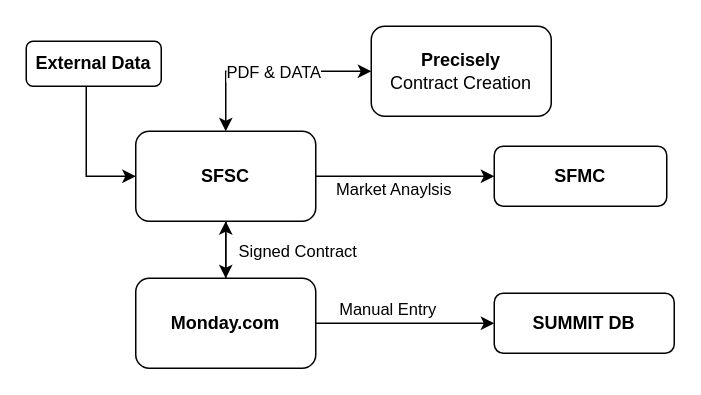
The draw.io diagram page "CF" (4 of 13) of 11.drawio in ai-next-zen/diagrams, before the edit. Source tidied: cells renumbered, new cells numbered last; positions are measured from the earlier drawing's top-left corner, leaving out a move shared by most shapes. Both pictures are drawn from the tidied source at 150%, with x=0, y=0 at pixel (26, 26).
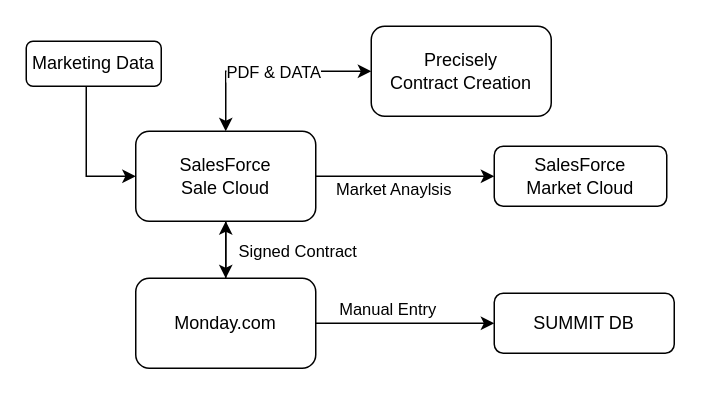
The same page after the edit.

Diff of the diagram source:
```diff
@@
-    <mxCell id="2" value="&lt;b&gt;Precisely&lt;/b&gt;&lt;div&gt;Contract Creation&lt;/div&gt;" style="rounded=1;whiteSpace=wrap;html=1;labelBackgroundColor=none;" parent="1" vertex="1">
+    <mxCell id="2" value="&lt;span&gt;Precisely&lt;/span&gt;&lt;div&gt;Contract Creation&lt;/div&gt;" style="rounded=1;whiteSpace=wrap;html=1;labelBackgroundColor=none;fontStyle=0;" parent="1" vertex="1">
       <mxGeometry x="230" width="120" height="60" as="geometry" />
     </mxCell>
@@
-    <mxCell id="7" value="&lt;b&gt;SFSC&lt;/b&gt;" style="whiteSpace=wrap;html=1;rounded=1;labelBackgroundColor=none;" parent="1" vertex="1">
+    <mxCell id="7" value="&lt;span&gt;SalesForce&lt;/span&gt;&lt;div&gt;&lt;span&gt;Sale Cloud&lt;/span&gt;&lt;/div&gt;" style="whiteSpace=wrap;html=1;rounded=1;labelBackgroundColor=none;fontStyle=0;" parent="1" vertex="1">
       <mxGeometry x="73" y="70" width="120" height="60" as="geometry" />
     </mxCell>
-    <mxCell id="8" value="&lt;b&gt;SFMC&lt;/b&gt;" style="whiteSpace=wrap;html=1;rounded=1;labelBackgroundColor=none;" parent="1" vertex="1">
+    <mxCell id="8" value="&lt;span&gt;SalesForce&lt;/span&gt;&lt;div&gt;&lt;span&gt;Market Cloud&lt;/span&gt;&lt;/div&gt;" style="whiteSpace=wrap;html=1;rounded=1;labelBackgroundColor=none;fontStyle=0;" parent="1" vertex="1">
       <mxGeometry x="312" y="80" width="115" height="40" as="geometry" />
     </mxCell>
@@
-    <mxCell id="12" value="&lt;b&gt;Monday.com&lt;/b&gt;" style="whiteSpace=wrap;html=1;rounded=1;labelBackgroundColor=none;" parent="1" vertex="1">
+    <mxCell id="12" value="&lt;span&gt;Monday.com&lt;/span&gt;" style="whiteSpace=wrap;html=1;rounded=1;labelBackgroundColor=none;fontStyle=0;" parent="1" vertex="1">
       <mxGeometry x="73" y="168" width="120" height="60" as="geometry" />
     </mxCell>
@@
-    <mxCell id="14" value="&lt;b&gt;External Data&lt;/b&gt;" style="rounded=1;whiteSpace=wrap;html=1;labelBackgroundColor=none;" parent="1" vertex="1">
+    <mxCell id="14" value="Marketing&lt;span&gt;&amp;nbsp;Data&lt;/span&gt;" style="rounded=1;whiteSpace=wrap;html=1;labelBackgroundColor=none;fontStyle=0;" parent="1" vertex="1">
       <mxGeometry y="10" width="90" height="30" as="geometry" />
     </mxCell>
@@
-    <mxCell id="17" value="&lt;b&gt;SUMMIT DB&lt;/b&gt;" style="whiteSpace=wrap;html=1;rounded=1;labelBackgroundColor=none;" parent="1" vertex="1">
+    <mxCell id="17" value="&lt;span&gt;SUMMIT DB&lt;/span&gt;" style="whiteSpace=wrap;html=1;rounded=1;labelBackgroundColor=none;fontStyle=0;" parent="1" vertex="1">
       <mxGeometry x="312" y="178" width="120" height="40" as="geometry" />
     </mxCell>
```
